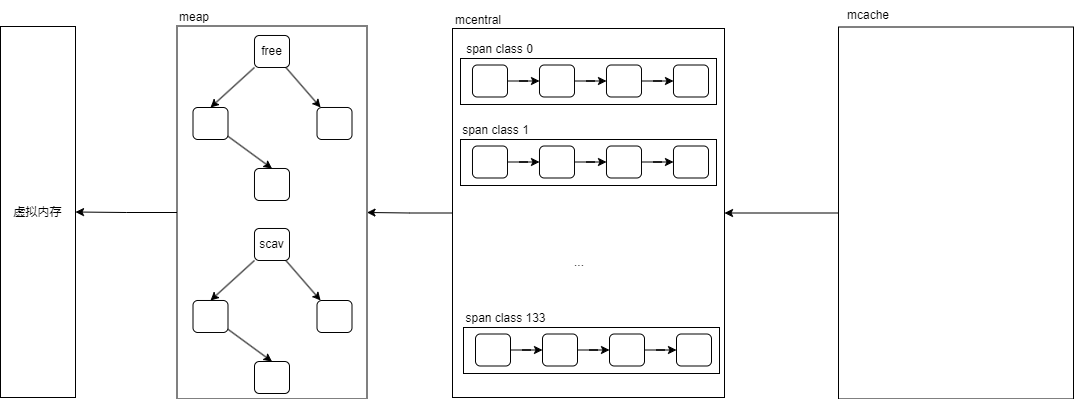
This is go/golang内存分配模型.png from xmopen/drawio, a draw.io export, as it was before one commit. Source tidied: cells renumbered, new cells last; positions are measured from the earlier drawing's top-left corner, leaving out a move shared by most shapes. Source of this version:
```xml
<mxGraphModel>
  <root>
    <mxCell id="0" />
    <mxCell id="1" parent="0" />
    <mxCell id="2" value="虚拟内存" style="rounded=0;whiteSpace=wrap;html=1;" parent="1" vertex="1">
      <mxGeometry y="26" width="75" height="371" as="geometry" />
    </mxCell>
    <mxCell id="3" style="edgeStyle=orthogonalEdgeStyle;rounded=0;jettySize=auto;html=1;" parent="1" edge="1" source="4" target="2">
      <mxGeometry relative="1" as="geometry" />
    </mxCell>
    <mxCell id="4" style="rounded=0;whiteSpace=wrap;html=1;" parent="1" vertex="1">
      <mxGeometry x="176.5" y="25.5" width="190" height="373" as="geometry" />
    </mxCell>
    <mxCell id="5" style="rounded=0;jettySize=auto;html=1;entryX=0.5;entryY=0;entryDx=0;entryDy=0;" parent="1" edge="1" source="7" target="9">
      <mxGeometry relative="1" as="geometry" />
    </mxCell>
    <mxCell id="6" style="rounded=0;jettySize=auto;html=1;" parent="1" edge="1" source="7" target="10">
      <mxGeometry relative="1" as="geometry" />
    </mxCell>
    <mxCell id="7" value="free" style="rounded=1;whiteSpace=wrap;html=1;" parent="1" vertex="1">
      <mxGeometry x="254" y="35" width="35" height="32" as="geometry" />
    </mxCell>
    <mxCell id="8" style="rounded=0;jettySize=auto;html=1;entryX=0.5;entryY=0;entryDx=0;entryDy=0;" parent="1" edge="1" source="9" target="11">
      <mxGeometry relative="1" as="geometry" />
    </mxCell>
    <mxCell id="9" style="rounded=1;whiteSpace=wrap;html=1;" parent="1" vertex="1">
      <mxGeometry x="192.5" y="107" width="35" height="32" as="geometry" />
    </mxCell>
    <mxCell id="10" style="rounded=1;whiteSpace=wrap;html=1;" parent="1" vertex="1">
      <mxGeometry x="316.5" y="107" width="35" height="32" as="geometry" />
    </mxCell>
    <mxCell id="11" style="rounded=1;whiteSpace=wrap;html=1;" parent="1" vertex="1">
      <mxGeometry x="254" y="168" width="35" height="32" as="geometry" />
    </mxCell>
    <mxCell id="12" style="rounded=0;jettySize=auto;html=1;entryX=0.5;entryY=0;entryDx=0;entryDy=0;" parent="1" edge="1" source="14" target="16">
      <mxGeometry relative="1" as="geometry" />
    </mxCell>
    <mxCell id="13" style="rounded=0;jettySize=auto;html=1;" parent="1" edge="1" source="14" target="17">
      <mxGeometry relative="1" as="geometry" />
    </mxCell>
    <mxCell id="14" value="scav" style="rounded=1;whiteSpace=wrap;html=1;" parent="1" vertex="1">
      <mxGeometry x="254" y="228" width="35" height="32" as="geometry" />
    </mxCell>
    <mxCell id="15" style="rounded=0;jettySize=auto;html=1;entryX=0.5;entryY=0;entryDx=0;entryDy=0;" parent="1" edge="1" source="16" target="18">
      <mxGeometry relative="1" as="geometry" />
    </mxCell>
    <mxCell id="16" style="rounded=1;whiteSpace=wrap;html=1;" parent="1" vertex="1">
      <mxGeometry x="192.5" y="300" width="35" height="32" as="geometry" />
    </mxCell>
    <mxCell id="17" style="rounded=1;whiteSpace=wrap;html=1;" parent="1" vertex="1">
      <mxGeometry x="316.5" y="300" width="35" height="32" as="geometry" />
    </mxCell>
    <mxCell id="18" style="rounded=1;whiteSpace=wrap;html=1;" parent="1" vertex="1">
      <mxGeometry x="254" y="361" width="35" height="32" as="geometry" />
    </mxCell>
    <mxCell id="19" value="meap" style="text;html=1;strokeColor=none;fillColor=none;align=center;verticalAlign=middle;whiteSpace=wrap;rounded=0;" parent="1" vertex="1">
      <mxGeometry x="164" y="2" width="60" height="30" as="geometry" />
    </mxCell>
    <mxCell id="20" style="edgeStyle=orthogonalEdgeStyle;rounded=0;jettySize=auto;html=1;entryX=1;entryY=0.5;entryDx=0;entryDy=0;" parent="1" edge="1" source="21" target="4">
      <mxGeometry relative="1" as="geometry" />
    </mxCell>
    <mxCell id="21" style="rounded=0;whiteSpace=wrap;html=1;" parent="1" vertex="1">
      <mxGeometry x="452" y="28" width="272" height="369" as="geometry" />
    </mxCell>
    <mxCell id="22" value="mcentral" style="text;html=1;strokeColor=none;fillColor=none;align=center;verticalAlign=middle;whiteSpace=wrap;rounded=0;" parent="1" vertex="1">
      <mxGeometry x="448" y="5" width="60" height="30" as="geometry" />
    </mxCell>
    <mxCell id="23" style="rounded=0;whiteSpace=wrap;html=1;" parent="1" vertex="1">
      <mxGeometry x="460" y="58" width="256" height="46" as="geometry" />
    </mxCell>
    <mxCell id="24" style="edgeStyle=orthogonalEdgeStyle;rounded=0;jettySize=auto;html=1;entryX=0;entryY=0.5;entryDx=0;entryDy=0;" parent="1" edge="1" source="25" target="27">
      <mxGeometry relative="1" as="geometry" />
    </mxCell>
    <mxCell id="25" style="rounded=1;whiteSpace=wrap;html=1;" parent="1" vertex="1">
      <mxGeometry x="472" y="64.5" width="35" height="32" as="geometry" />
    </mxCell>
    <mxCell id="26" style="edgeStyle=orthogonalEdgeStyle;rounded=0;jettySize=auto;html=1;" parent="1" edge="1" source="27" target="29">
      <mxGeometry relative="1" as="geometry" />
    </mxCell>
    <mxCell id="27" style="rounded=1;whiteSpace=wrap;html=1;" parent="1" vertex="1">
      <mxGeometry x="539" y="64.5" width="35" height="32" as="geometry" />
    </mxCell>
    <mxCell id="28" style="edgeStyle=orthogonalEdgeStyle;rounded=0;jettySize=auto;html=1;" parent="1" edge="1" source="29" target="30">
      <mxGeometry relative="1" as="geometry" />
    </mxCell>
    <mxCell id="29" style="rounded=1;whiteSpace=wrap;html=1;" parent="1" vertex="1">
      <mxGeometry x="606" y="64.5" width="35" height="32" as="geometry" />
    </mxCell>
    <mxCell id="30" style="rounded=1;whiteSpace=wrap;html=1;" parent="1" vertex="1">
      <mxGeometry x="673" y="64.5" width="35" height="32" as="geometry" />
    </mxCell>
    <mxCell id="31" style="rounded=0;whiteSpace=wrap;html=1;" parent="1" vertex="1">
      <mxGeometry x="460" y="139" width="256" height="46" as="geometry" />
    </mxCell>
    <mxCell id="32" style="edgeStyle=orthogonalEdgeStyle;rounded=0;jettySize=auto;html=1;entryX=0;entryY=0.5;entryDx=0;entryDy=0;" parent="1" edge="1" source="33" target="35">
      <mxGeometry relative="1" as="geometry" />
    </mxCell>
    <mxCell id="33" style="rounded=1;whiteSpace=wrap;html=1;" parent="1" vertex="1">
      <mxGeometry x="472" y="145.5" width="35" height="32" as="geometry" />
    </mxCell>
    <mxCell id="34" style="edgeStyle=orthogonalEdgeStyle;rounded=0;jettySize=auto;html=1;" parent="1" edge="1" source="35" target="37">
      <mxGeometry relative="1" as="geometry" />
    </mxCell>
    <mxCell id="35" style="rounded=1;whiteSpace=wrap;html=1;" parent="1" vertex="1">
      <mxGeometry x="539" y="145.5" width="35" height="32" as="geometry" />
    </mxCell>
    <mxCell id="36" style="edgeStyle=orthogonalEdgeStyle;rounded=0;jettySize=auto;html=1;" parent="1" edge="1" source="37" target="38">
      <mxGeometry relative="1" as="geometry" />
    </mxCell>
    <mxCell id="37" style="rounded=1;whiteSpace=wrap;html=1;" parent="1" vertex="1">
      <mxGeometry x="606" y="145.5" width="35" height="32" as="geometry" />
    </mxCell>
    <mxCell id="38" style="rounded=1;whiteSpace=wrap;html=1;" parent="1" vertex="1">
      <mxGeometry x="673" y="145.5" width="35" height="32" as="geometry" />
    </mxCell>
    <mxCell id="39" style="rounded=0;whiteSpace=wrap;html=1;" parent="1" vertex="1">
      <mxGeometry x="463" y="327" width="256" height="46" as="geometry" />
    </mxCell>
    <mxCell id="40" style="edgeStyle=orthogonalEdgeStyle;rounded=0;jettySize=auto;html=1;entryX=0;entryY=0.5;entryDx=0;entryDy=0;" parent="1" edge="1" source="41" target="43">
      <mxGeometry relative="1" as="geometry" />
    </mxCell>
    <mxCell id="41" style="rounded=1;whiteSpace=wrap;html=1;" parent="1" vertex="1">
      <mxGeometry x="475" y="333.5" width="35" height="32" as="geometry" />
    </mxCell>
    <mxCell id="42" style="edgeStyle=orthogonalEdgeStyle;rounded=0;jettySize=auto;html=1;" parent="1" edge="1" source="43" target="45">
      <mxGeometry relative="1" as="geometry" />
    </mxCell>
    <mxCell id="43" style="rounded=1;whiteSpace=wrap;html=1;" parent="1" vertex="1">
      <mxGeometry x="542" y="333.5" width="35" height="32" as="geometry" />
    </mxCell>
    <mxCell id="44" style="edgeStyle=orthogonalEdgeStyle;rounded=0;jettySize=auto;html=1;" parent="1" edge="1" source="45" target="46">
      <mxGeometry relative="1" as="geometry" />
    </mxCell>
    <mxCell id="45" style="rounded=1;whiteSpace=wrap;html=1;" parent="1" vertex="1">
      <mxGeometry x="609" y="333.5" width="35" height="32" as="geometry" />
    </mxCell>
    <mxCell id="46" style="rounded=1;whiteSpace=wrap;html=1;" parent="1" vertex="1">
      <mxGeometry x="676" y="333.5" width="35" height="32" as="geometry" />
    </mxCell>
    <mxCell id="47" value="..." style="text;html=1;strokeColor=none;fillColor=none;align=center;verticalAlign=middle;whiteSpace=wrap;rounded=0;" parent="1" vertex="1">
      <mxGeometry x="549" y="247" width="60" height="30" as="geometry" />
    </mxCell>
    <mxCell id="48" value="span class 133" style="text;html=1;strokeColor=none;fillColor=none;align=center;verticalAlign=middle;whiteSpace=wrap;rounded=0;" parent="1" vertex="1">
      <mxGeometry x="456" y="308" width="99" height="19" as="geometry" />
    </mxCell>
    <mxCell id="49" value="span class 0" style="text;html=1;strokeColor=none;fillColor=none;align=center;verticalAlign=middle;whiteSpace=wrap;rounded=0;" parent="1" vertex="1">
      <mxGeometry x="450" y="39" width="99" height="19" as="geometry" />
    </mxCell>
    <mxCell id="50" value="span class 1" style="text;html=1;strokeColor=none;fillColor=none;align=center;verticalAlign=middle;whiteSpace=wrap;rounded=0;" parent="1" vertex="1">
      <mxGeometry x="446" y="120" width="99" height="19" as="geometry" />
    </mxCell>
    <mxCell id="51" style="edgeStyle=orthogonalEdgeStyle;rounded=0;jettySize=auto;html=1;entryX=1;entryY=0.5;entryDx=0;entryDy=0;" parent="1" edge="1" source="52" target="21">
      <mxGeometry relative="1" as="geometry" />
    </mxCell>
    <mxCell id="52" style="rounded=0;whiteSpace=wrap;html=1;" parent="1" vertex="1">
      <mxGeometry x="838" y="26.5" width="235" height="372" as="geometry" />
    </mxCell>
    <mxCell id="53" value="mcache" style="text;html=1;strokeColor=none;fillColor=none;align=center;verticalAlign=middle;whiteSpace=wrap;rounded=0;" parent="1" vertex="1">
      <mxGeometry x="838" width="60" height="30" as="geometry" />
    </mxCell>
  </root>
</mxGraphModel>
```
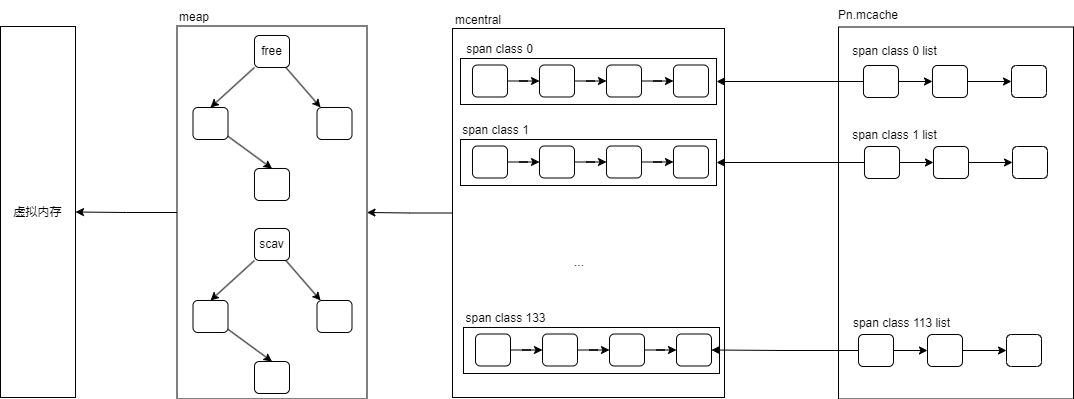
Above is the later version.

Commit message:
更新golang内存分配模型.png

Diff of the diagram source:
```diff
@@ -149,14 +149,74 @@
     <mxCell id="50" value="span class 1" style="text;html=1;strokeColor=none;fillColor=none;align=center;verticalAlign=middle;whiteSpace=wrap;rounded=0;" parent="1" vertex="1">
       <mxGeometry x="446" y="120" width="99" height="19" as="geometry" />
     </mxCell>
-    <mxCell id="51" style="edgeStyle=orthogonalEdgeStyle;rounded=0;jettySize=auto;html=1;entryX=1;entryY=0.5;entryDx=0;entryDy=0;" parent="1" edge="1" source="52" target="21">
-      <mxGeometry relative="1" as="geometry" />
-    </mxCell>
     <mxCell id="52" style="rounded=0;whiteSpace=wrap;html=1;" parent="1" vertex="1">
       <mxGeometry x="838" y="26.5" width="235" height="372" as="geometry" />
     </mxCell>
-    <mxCell id="53" value="mcache" style="text;html=1;strokeColor=none;fillColor=none;align=center;verticalAlign=middle;whiteSpace=wrap;rounded=0;" parent="1" vertex="1">
+    <mxCell id="53" value="Pn.mcache" style="text;html=1;strokeColor=none;fillColor=none;align=center;verticalAlign=middle;whiteSpace=wrap;rounded=0;" parent="1" vertex="1">
       <mxGeometry x="838" width="60" height="30" as="geometry" />
     </mxCell>
+    <mxCell id="54" style="edgeStyle=orthogonalEdgeStyle;rounded=0;jettySize=auto;html=1;" parent="1" edge="1" source="56" target="58">
+      <mxGeometry relative="1" as="geometry" />
+    </mxCell>
+    <mxCell id="55" style="edgeStyle=orthogonalEdgeStyle;rounded=0;jettySize=auto;html=1;entryX=1;entryY=0.5;entryDx=0;entryDy=0;" parent="1" edge="1" source="56" target="23">
+      <mxGeometry relative="1" as="geometry" />
+    </mxCell>
+    <mxCell id="56" style="rounded=1;whiteSpace=wrap;html=1;" parent="1" vertex="1">
+      <mxGeometry x="863" y="65" width="35" height="32" as="geometry" />
+    </mxCell>
+    <mxCell id="57" style="edgeStyle=orthogonalEdgeStyle;rounded=0;jettySize=auto;html=1;entryX=0;entryY=0.5;entryDx=0;entryDy=0;" parent="1" edge="1" source="58" target="59">
+      <mxGeometry relative="1" as="geometry" />
+    </mxCell>
+    <mxCell id="58" style="rounded=1;whiteSpace=wrap;html=1;" parent="1" vertex="1">
+      <mxGeometry x="932" y="65" width="35" height="32" as="geometry" />
+    </mxCell>
+    <mxCell id="59" style="rounded=1;whiteSpace=wrap;html=1;" parent="1" vertex="1">
+      <mxGeometry x="1011" y="65" width="35" height="32" as="geometry" />
+    </mxCell>
+    <mxCell id="60" style="edgeStyle=orthogonalEdgeStyle;rounded=0;jettySize=auto;html=1;" parent="1" edge="1" source="62" target="64">
+      <mxGeometry relative="1" as="geometry" />
+    </mxCell>
+    <mxCell id="61" style="edgeStyle=orthogonalEdgeStyle;rounded=0;jettySize=auto;html=1;entryX=1;entryY=0.5;entryDx=0;entryDy=0;" parent="1" edge="1" source="62" target="31">
+      <mxGeometry relative="1" as="geometry" />
+    </mxCell>
+    <mxCell id="62" style="rounded=1;whiteSpace=wrap;html=1;" parent="1" vertex="1">
+      <mxGeometry x="864" y="146" width="35" height="32" as="geometry" />
+    </mxCell>
+    <mxCell id="63" style="edgeStyle=orthogonalEdgeStyle;rounded=0;jettySize=auto;html=1;entryX=0;entryY=0.5;entryDx=0;entryDy=0;" parent="1" edge="1" source="64" target="65">
+      <mxGeometry relative="1" as="geometry" />
+    </mxCell>
+    <mxCell id="64" style="rounded=1;whiteSpace=wrap;html=1;" parent="1" vertex="1">
+      <mxGeometry x="933" y="146" width="35" height="32" as="geometry" />
+    </mxCell>
+    <mxCell id="65" style="rounded=1;whiteSpace=wrap;html=1;" parent="1" vertex="1">
+      <mxGeometry x="1012" y="146" width="35" height="32" as="geometry" />
+    </mxCell>
+    <mxCell id="66" style="edgeStyle=orthogonalEdgeStyle;rounded=0;jettySize=auto;html=1;" parent="1" edge="1" source="68" target="70">
+      <mxGeometry relative="1" as="geometry" />
+    </mxCell>
+    <mxCell id="67" style="edgeStyle=orthogonalEdgeStyle;rounded=0;jettySize=auto;html=1;" parent="1" edge="1" source="68" target="46">
+      <mxGeometry relative="1" as="geometry" />
+    </mxCell>
+    <mxCell id="68" style="rounded=1;whiteSpace=wrap;html=1;" parent="1" vertex="1">
+      <mxGeometry x="858" y="334" width="35" height="32" as="geometry" />
+    </mxCell>
+    <mxCell id="69" style="edgeStyle=orthogonalEdgeStyle;rounded=0;jettySize=auto;html=1;entryX=0;entryY=0.5;entryDx=0;entryDy=0;" parent="1" edge="1" source="70" target="71">
+      <mxGeometry relative="1" as="geometry" />
+    </mxCell>
+    <mxCell id="70" style="rounded=1;whiteSpace=wrap;html=1;" parent="1" vertex="1">
+      <mxGeometry x="927" y="334" width="35" height="32" as="geometry" />
+    </mxCell>
+    <mxCell id="71" style="rounded=1;whiteSpace=wrap;html=1;" parent="1" vertex="1">
+      <mxGeometry x="1006" y="334" width="35" height="32" as="geometry" />
+    </mxCell>
+    <mxCell id="72" value="span class 0 list" style="text;html=1;strokeColor=none;fillColor=none;align=center;verticalAlign=middle;whiteSpace=wrap;rounded=0;" parent="1" vertex="1">
+      <mxGeometry x="848" y="40.5" width="93" height="21" as="geometry" />
+    </mxCell>
+    <mxCell id="73" value="span class 1 list" style="text;html=1;strokeColor=none;fillColor=none;align=center;verticalAlign=middle;whiteSpace=wrap;rounded=0;" parent="1" vertex="1">
+      <mxGeometry x="848" y="124.5" width="93" height="21" as="geometry" />
+    </mxCell>
+    <mxCell id="74" value="span class 113 list" style="text;html=1;strokeColor=none;fillColor=none;align=center;verticalAlign=middle;whiteSpace=wrap;rounded=0;" parent="1" vertex="1">
+      <mxGeometry x="850" y="313" width="103" height="20" as="geometry" />
+    </mxCell>
   </root>
 </mxGraphModel>
```
